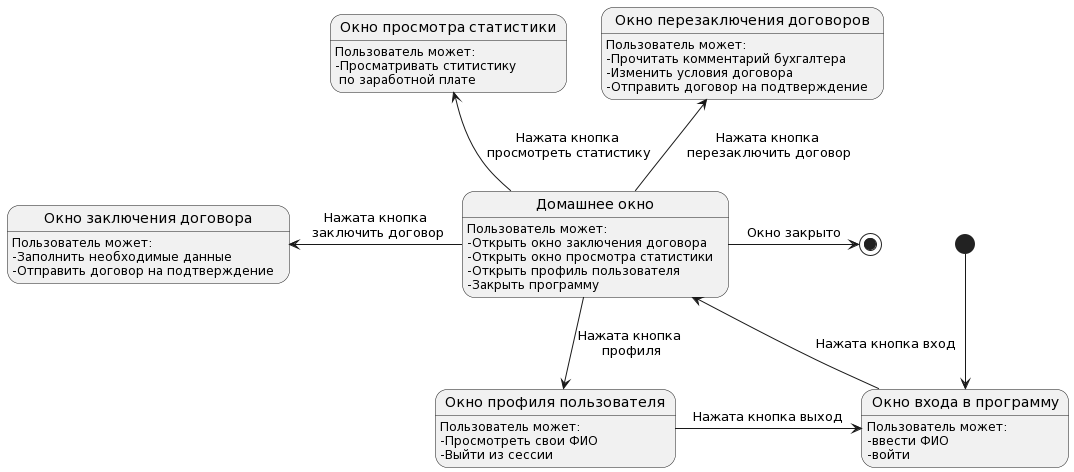
Above: Resource/Диаграммы потоков экрана/Агент.png in MiFit1/OSOGO (PlantUML), before the change.
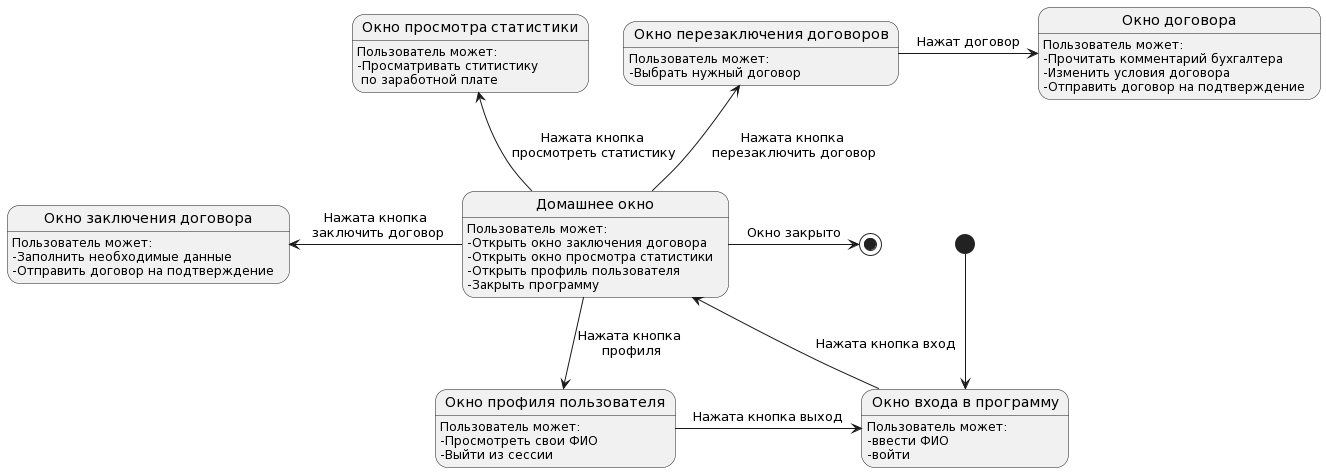
The same file after the commit.

Commit message:
Обновлён отчёт, макеты, диаграммы

Change to the diagram source:
```diff
@@ -5,12 +5,15 @@
 state "Окно просмотра статиcтики" as statisticWindow
 state "Окно профиля пользователя" as profileWindow
 state "Окно перезаключения договоров" as renewContractWindow
+state "Окно договора" as renewContract
+
+renewContract : Пользователь может:
+renewContract : -Прочитать комментарий бухгалтера
+renewContract : -Изменить условия договора
+renewContract : -Отправить договор на подтверждение
 
 renewContractWindow : Пользователь может:
-renewContractWindow : -Прочитать комментарий бухгалтера
-renewContractWindow : -Изменить условия договора
-renewContractWindow : -Отправить договор на подтверждение
-
+renewContractWindow : -Выбрать нужный договор
 
 loginWindow : Пользователь может:
 loginWindow : -ввести ФИО
@@ -37,6 +40,7 @@
 loginWindow -left-> homeWindow : Нажата кнопка вход
 homeWindow -left-> contractWindow : Нажата кнопка\n заключить договор
 homeWindow -up-> renewContractWindow : Нажата кнопка\n перезаключить договор
+renewContractWindow -right-> renewContract : Нажат договор
 homeWindow -up-> statisticWindow : Нажата кнопка\n просмотреть статистику
 homeWindow -down-> profileWindow : Нажата кнопка\n профиля
 homeWindow -right->[*] : Окно закрыто
```
